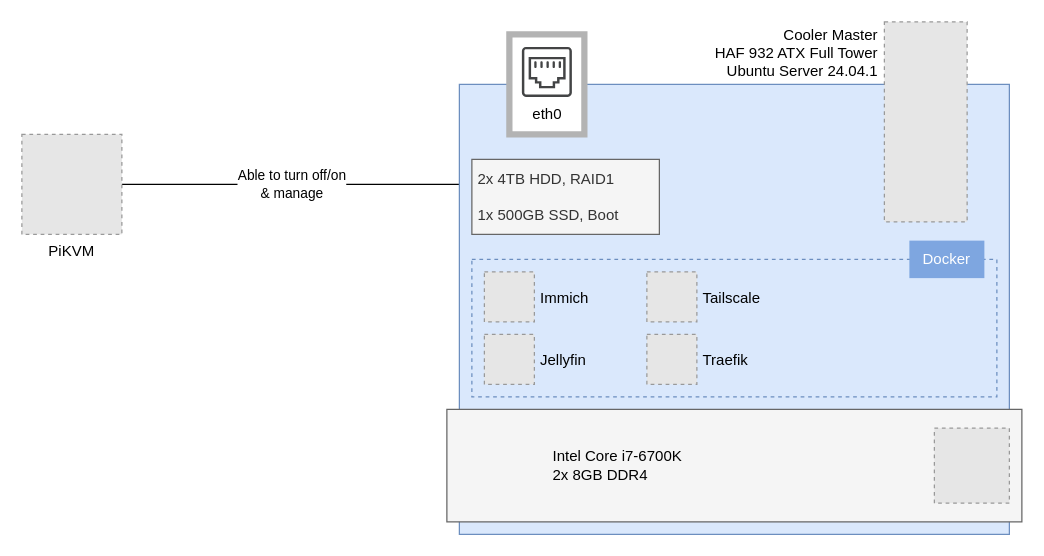
Above: arch/homelab.drawio in schang1146/homelab (draw.io), before the change. Source tidied: cells renumbered, new cells numbered last; positions are measured from the earlier drawing's top-left corner, leaving out a move shared by most shapes. Both pictures are drawn from the tidied source at 125%, with x=0, y=0 at pixel (21, 21). Pictures stored in the file or linked from it are replaced by grey dashed boxes.
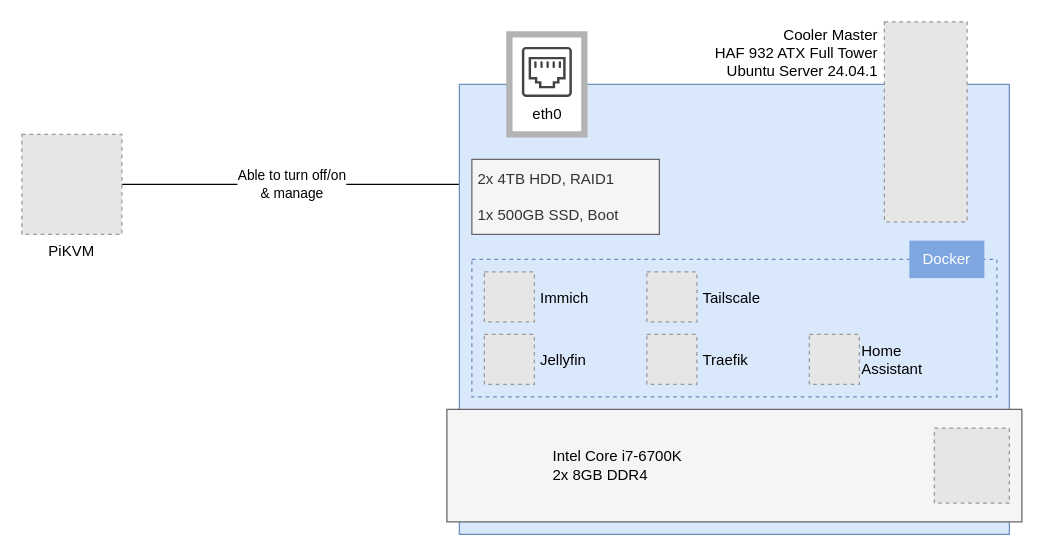
The same page after the edit.

Commit message:
Add Home Assistant icon to arch diagram

Change to the diagram source:
```diff
@@
+    <mxCell id="21" value="Home&#10;Assistant" style="fillColor=#E6E6E6;strokeColor=#999999;dashed=1;verticalLabelPosition=middle;labelBackgroundColor=none;verticalAlign=middle;fontFamily=Fira Code;align=left;labelPosition=right;" parent="1" vertex="1">
+      <mxGeometry x="630" y="250" width="40" height="40" as="geometry" />
+    </mxCell>
```
